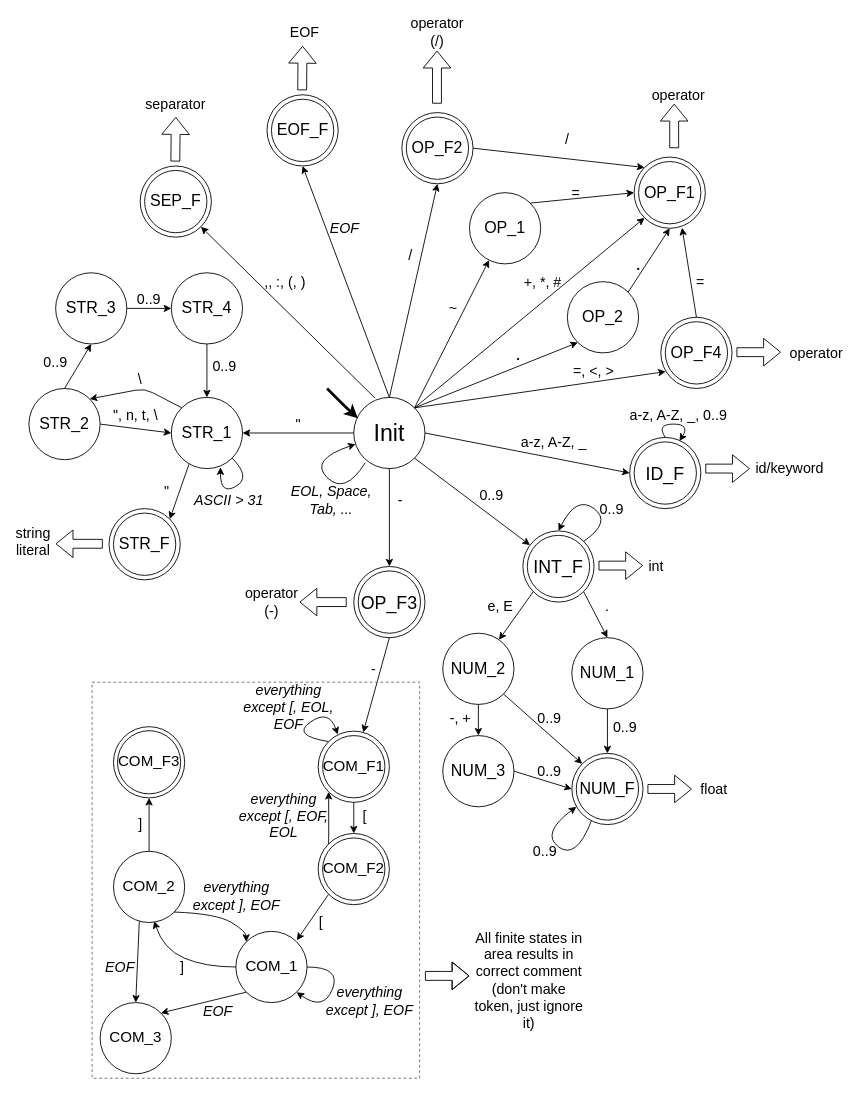
Above: fsm.drawio in vojone/IFJ21 (draw.io), before the change. Source tidied: cells renumbered, new cells numbered last; positions are measured from the earlier drawing's top-left corner, leaving out a move shared by most shapes. Both pictures are drawn from the tidied source at 89%, with x=0, y=0 at pixel (15, 23).
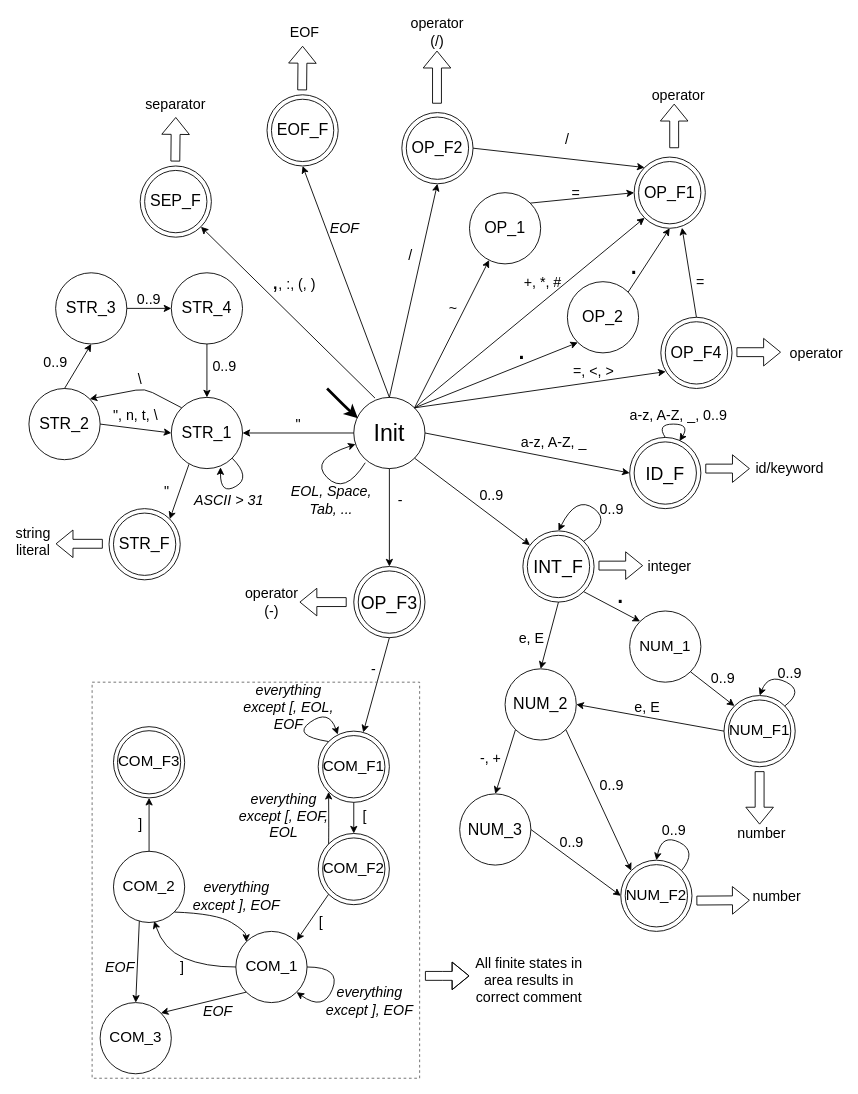
The same page after the edit.

Commit message (it also covers changes not shown here):
Fixed bugs in number recognition

Unchanged cells that the change refers to:
```xml
<mxCell id="8" value="INT_F" style="ellipse;whiteSpace=wrap;html=1;fontSize=20;strokeWidth=1;" parent="1" vertex="1">
  <mxGeometry x="570" y="570" width="80" height="80" as="geometry" />
</mxCell>
```

Change to the diagram source:
```diff
@@
-    <mxCell id="13" value="NUM_2" style="ellipse;whiteSpace=wrap;html=1;fontSize=18;" parent="1" vertex="1">
-      <mxGeometry x="480" y="685" width="80" height="80" as="geometry" />
-    </mxCell>
-    <mxCell id="14" style="endArrow=classic;html=1;fontSize=16;exitX=0;exitY=1;exitDx=0;exitDy=0;" parent="1" edge="1" source="8" target="13">
+    <mxCell id="14" style="endArrow=classic;html=1;fontSize=16;exitX=0.5;exitY=1;exitDx=0;exitDy=0;entryX=0.5;entryY=0;entryDx=0;entryDy=0;" parent="1" edge="1" source="8" target="13">
       <mxGeometry relative="1" as="geometry" />
     </mxCell>
     <mxCell id="15" value="e, E" style="text;html=1;strokeColor=none;fillColor=none;align=center;verticalAlign=middle;whiteSpace=wrap;rounded=0;fontSize=16;" parent="1" vertex="1">
-      <mxGeometry x="520" y="645" width="50" height="20" as="geometry" />
+      <mxGeometry x="555" y="680" width="50" height="20" as="geometry" />
     </mxCell>
-    <mxCell id="16" value="NUM_1" style="ellipse;whiteSpace=wrap;html=1;fontSize=18;" parent="1" vertex="1">
-      <mxGeometry x="625" y="690" width="80" height="80" as="geometry" />
-    </mxCell>
-    <mxCell id="17" style="endArrow=classic;html=1;fontSize=16;exitX=1;exitY=1;exitDx=0;exitDy=0;entryX=0.5;entryY=0;entryDx=0;entryDy=0;" parent="1" edge="1" source="8" target="16">
-      <mxGeometry relative="1" as="geometry" />
-    </mxCell>
-    <mxCell id="18" value="." style="text;html=1;strokeColor=none;fillColor=none;align=center;verticalAlign=middle;whiteSpace=wrap;rounded=0;fontSize=16;" parent="1" vertex="1">
-      <mxGeometry x="645" y="645" width="40" height="20" as="geometry" />
+    <mxCell id="18" value="." style="text;html=1;strokeColor=none;fillColor=none;align=center;verticalAlign=middle;whiteSpace=wrap;rounded=0;fontSize=34;" parent="1" vertex="1">
+      <mxGeometry x="660" y="630" width="40" height="20" as="geometry" />
     </mxCell>
-    <mxCell id="19" value="NUM_F" style="ellipse;whiteSpace=wrap;html=1;fontSize=18;strokeWidth=1;" parent="1" vertex="1">
-      <mxGeometry x="625" y="820" width="80" height="80" as="geometry" />
-    </mxCell>
-    <mxCell id="20" style="endArrow=classic;html=1;fontSize=16;exitX=0.5;exitY=1;exitDx=0;exitDy=0;entryX=0.5;entryY=0;entryDx=0;entryDy=0;" parent="1" edge="1" source="16" target="19">
-      <mxGeometry relative="1" as="geometry" />
-    </mxCell>
-    <mxCell id="21" value="0..9" style="text;html=1;strokeColor=none;fillColor=none;align=center;verticalAlign=middle;whiteSpace=wrap;rounded=0;fontSize=16;" parent="1" vertex="1">
-      <mxGeometry x="665" y="780" width="40" height="20" as="geometry" />
-    </mxCell>
-    <mxCell id="22" value="NUM_3" style="ellipse;whiteSpace=wrap;html=1;fontSize=18;" parent="1" vertex="1">
-      <mxGeometry x="480" y="800" width="80" height="80" as="geometry" />
-    </mxCell>
-    <mxCell id="23" style="endArrow=classic;html=1;fontSize=16;exitX=0.5;exitY=1;exitDx=0;exitDy=0;entryX=0.5;entryY=0;entryDx=0;entryDy=0;" parent="1" edge="1" source="13" target="22">
-      <mxGeometry relative="1" as="geometry" />
-    </mxCell>
     <mxCell id="24" value="-, +" style="text;html=1;strokeColor=none;fillColor=none;align=center;verticalAlign=middle;whiteSpace=wrap;rounded=0;fontSize=16;" parent="1" vertex="1">
-      <mxGeometry x="480" y="770" width="40" height="20" as="geometry" />
+      <mxGeometry x="514" y="815" width="40" height="20" as="geometry" />
     </mxCell>
     <mxCell id="25" value="0..9" style="text;html=1;strokeColor=none;fillColor=none;align=center;verticalAlign=middle;whiteSpace=wrap;rounded=0;fontSize=16;" parent="1" vertex="1">
-      <mxGeometry x="580" y="770" width="40" height="20" as="geometry" />
+      <mxGeometry x="605" y="910" width="40" height="20" as="geometry" />
     </mxCell>
-    <mxCell id="26" style="curved=1;endArrow=classic;html=1;fontSize=16;exitX=0.274;exitY=0.947;exitDx=0;exitDy=0;entryX=0.063;entryY=0.75;entryDx=0;entryDy=0;entryPerimeter=0;exitPerimeter=0;" parent="1" edge="1" source="19" target="19">
+    <mxCell id="26" style="curved=1;endArrow=classic;html=1;fontSize=16;exitX=1;exitY=0;exitDx=0;exitDy=0;entryX=0.5;entryY=0;entryDx=0;entryDy=0;" parent="1" edge="1" source="152" target="152">
       <mxGeometry relative="1" as="geometry">
         <Array as="points">
-          <mxPoint x="630" y="940" />
-          <mxPoint x="590" y="910" />
+          <mxPoint x="766" y="930" />
+          <mxPoint x="726" y="910" />
         </Array>
       </mxGeometry>
     </mxCell>
-    <mxCell id="27" value="0..9" style="text;html=1;strokeColor=none;fillColor=none;align=center;verticalAlign=middle;whiteSpace=wrap;rounded=0;fontSize=16;" parent="1" vertex="1">
-      <mxGeometry x="575" y="920" width="40" height="20" as="geometry" />
-    </mxCell>
-    <mxCell id="28" style="endArrow=classic;html=1;fontSize=16;exitX=1;exitY=0.5;exitDx=0;exitDy=0;entryX=0;entryY=0.5;entryDx=0;entryDy=0;" parent="1" edge="1" source="22" target="19">
-      <mxGeometry relative="1" as="geometry" />
-    </mxCell>
@@
-    <mxCell id="73" value=",, :, (, )" style="text;html=1;strokeColor=none;fillColor=none;align=center;verticalAlign=middle;whiteSpace=wrap;rounded=0;fontSize=16;" parent="1" vertex="1">
-      <mxGeometry x="272.5" y="280" width="60" height="20" as="geometry" />
+    <mxCell id="73" value="&lt;font style=&quot;font-size: 26px&quot;&gt;,&lt;/font&gt;, :, (, )" style="text;html=1;strokeColor=none;fillColor=none;align=center;verticalAlign=middle;whiteSpace=wrap;rounded=0;fontSize=16;" parent="1" vertex="1">
+      <mxGeometry x="282.5" y="280" width="60" height="20" as="geometry" />
     </mxCell>
-    <mxCell id="74" style="shape=flexArrow;endArrow=classic;html=1;fontSize=16;strokeWidth=1;" parent="1" edge="1">
-      <mxGeometry relative="1" as="geometry">
-        <mxPoint x="710" y="860" as="sourcePoint" />
-        <mxPoint x="760" y="860" as="targetPoint" />
-      </mxGeometry>
-    </mxCell>
@@
-    <mxCell id="80" value="float" style="text;html=1;strokeColor=none;fillColor=none;align=center;verticalAlign=middle;whiteSpace=wrap;rounded=0;fontSize=16;" parent="1" vertex="1">
-      <mxGeometry x="765" y="850" width="40" height="20" as="geometry" />
+    <mxCell id="80" value="number" style="text;html=1;strokeColor=none;fillColor=none;align=center;verticalAlign=middle;whiteSpace=wrap;rounded=0;fontSize=16;" parent="1" vertex="1">
+      <mxGeometry x="831" y="970" width="49" height="20" as="geometry" />
     </mxCell>
-    <mxCell id="81" value="int" style="text;html=1;strokeColor=none;fillColor=none;align=center;verticalAlign=middle;whiteSpace=wrap;rounded=0;fontSize=16;" parent="1" vertex="1">
-      <mxGeometry x="700" y="600" width="40" height="20" as="geometry" />
+    <mxCell id="81" value="integer" style="text;html=1;strokeColor=none;fillColor=none;align=center;verticalAlign=middle;whiteSpace=wrap;rounded=0;fontSize=16;" parent="1" vertex="1">
+      <mxGeometry x="715" y="600" width="40" height="20" as="geometry" />
     </mxCell>
@@
-    <mxCell id="86" style="endArrow=classic;html=1;fontSize=16;exitX=1;exitY=1;exitDx=0;exitDy=0;entryX=0;entryY=0;entryDx=0;entryDy=0;" parent="1" edge="1" source="13" target="19">
-      <mxGeometry relative="1" as="geometry" />
-    </mxCell>
     <mxCell id="87" value="0..9" style="text;html=1;strokeColor=none;fillColor=none;align=center;verticalAlign=middle;whiteSpace=wrap;rounded=0;fontSize=16;" parent="1" vertex="1">
-      <mxGeometry x="580" y="830" width="40" height="20" as="geometry" />
+      <mxGeometry x="650" y="845.5" width="40" height="20" as="geometry" />
     </mxCell>
@@
-    <mxCell id="91" value="." style="text;html=1;strokeColor=none;fillColor=none;align=center;verticalAlign=middle;whiteSpace=wrap;rounded=0;fontSize=22;" parent="1" vertex="1">
-      <mxGeometry x="690" y="260" width="20" height="20" as="geometry" />
+    <mxCell id="91" value="." style="text;html=1;strokeColor=none;fillColor=none;align=center;verticalAlign=middle;whiteSpace=wrap;rounded=0;fontSize=34;" parent="1" vertex="1">
+      <mxGeometry x="685" y="260" width="20" height="20" as="geometry" />
     </mxCell>
-    <mxCell id="92" value="." style="text;html=1;strokeColor=none;fillColor=none;align=center;verticalAlign=middle;whiteSpace=wrap;rounded=0;fontSize=21;" parent="1" vertex="1">
-      <mxGeometry x="555" y="360" width="20" height="20" as="geometry" />
+    <mxCell id="92" value="." style="text;html=1;strokeColor=none;fillColor=none;align=center;verticalAlign=middle;whiteSpace=wrap;rounded=0;fontSize=34;" parent="1" vertex="1">
+      <mxGeometry x="559" y="355" width="20" height="20" as="geometry" />
     </mxCell>
@@
-    <mxCell id="126" style="ellipse;whiteSpace=wrap;html=1;fontSize=18;strokeWidth=1;fillColor=none;perimeterSpacing=0;" parent="1" vertex="1">
-      <mxGeometry x="630" y="825" width="70" height="70" as="geometry" />
-    </mxCell>
@@
-    <mxCell id="146" value="All finite states in area results in correct comment (don't make token, just ignore it)" style="text;html=1;strokeColor=none;fillColor=none;align=center;verticalAlign=middle;whiteSpace=wrap;rounded=0;fontSize=16;" parent="1" vertex="1">
+    <mxCell id="146" value="All finite states in area results in correct comment" style="text;html=1;strokeColor=none;fillColor=none;align=center;verticalAlign=middle;whiteSpace=wrap;rounded=0;fontSize=16;" parent="1" vertex="1">
       <mxGeometry x="514" y="1030" width="126" height="90" as="geometry" />
     </mxCell>
@@
+    <mxCell id="13" value="NUM_2" style="ellipse;whiteSpace=wrap;html=1;fontSize=18;" parent="1" vertex="1">
+      <mxGeometry x="550" y="725" width="80" height="80" as="geometry" />
+    </mxCell>
+    <mxCell id="152" value="NUM_F2" style="ellipse;whiteSpace=wrap;html=1;fontSize=17;" parent="1" vertex="1">
+      <mxGeometry x="680" y="940" width="80" height="80" as="geometry" />
+    </mxCell>
+    <mxCell id="16" value="NUM_1" style="ellipse;whiteSpace=wrap;html=1;fontSize=17;" parent="1" vertex="1">
+      <mxGeometry x="690" y="660" width="80" height="80" as="geometry" />
+    </mxCell>
+    <mxCell id="17" style="endArrow=classic;html=1;fontSize=16;exitX=1;exitY=1;exitDx=0;exitDy=0;entryX=0;entryY=0;entryDx=0;entryDy=0;" parent="1" edge="1" source="8" target="16">
+      <mxGeometry relative="1" as="geometry" />
+    </mxCell>
+    <mxCell id="153" value="e, E" style="text;html=1;strokeColor=none;fillColor=none;align=center;verticalAlign=middle;whiteSpace=wrap;rounded=0;fontSize=16;" parent="1" vertex="1">
+      <mxGeometry x="685" y="757.5" width="50" height="20" as="geometry" />
+    </mxCell>
+    <mxCell id="22" value="NUM_3" style="ellipse;whiteSpace=wrap;html=1;fontSize=18;" parent="1" vertex="1">
+      <mxGeometry x="499" y="865.5" width="80" height="80" as="geometry" />
+    </mxCell>
+    <mxCell id="23" style="endArrow=classic;html=1;fontSize=16;exitX=0;exitY=1;exitDx=0;exitDy=0;entryX=0.5;entryY=0;entryDx=0;entryDy=0;" parent="1" edge="1" source="13" target="22">
+      <mxGeometry relative="1" as="geometry" />
+    </mxCell>
+    <mxCell id="154" style="endArrow=classic;html=1;fontSize=16;exitX=1;exitY=1;exitDx=0;exitDy=0;entryX=0;entryY=0;entryDx=0;entryDy=0;" parent="1" edge="1" source="13" target="152">
+      <mxGeometry relative="1" as="geometry" />
+    </mxCell>
+    <mxCell id="155" style="endArrow=classic;html=1;fontSize=16;exitX=1;exitY=0.5;exitDx=0;exitDy=0;entryX=0;entryY=0.5;entryDx=0;entryDy=0;" parent="1" edge="1" source="22" target="152">
+      <mxGeometry relative="1" as="geometry" />
+    </mxCell>
+    <mxCell id="156" value="0..9" style="text;html=1;strokeColor=none;fillColor=none;align=center;verticalAlign=middle;whiteSpace=wrap;rounded=0;fontSize=16;" parent="1" vertex="1">
+      <mxGeometry x="720" y="895.5" width="40" height="20" as="geometry" />
+    </mxCell>
+    <mxCell id="157" style="ellipse;whiteSpace=wrap;html=1;fontSize=18;strokeWidth=1;fillColor=none;perimeterSpacing=0;" parent="1" vertex="1">
+      <mxGeometry x="685" y="945" width="70" height="70" as="geometry" />
+    </mxCell>
+    <mxCell id="158" style="shape=flexArrow;endArrow=classic;html=1;fontSize=16;strokeWidth=1;" parent="1" edge="1">
+      <mxGeometry relative="1" as="geometry">
+        <mxPoint x="836" y="840" as="sourcePoint" />
+        <mxPoint x="836" y="900" as="targetPoint" />
+      </mxGeometry>
+    </mxCell>
+    <mxCell id="159" style="shape=flexArrow;endArrow=classic;html=1;fontSize=16;strokeWidth=1;" parent="1" edge="1">
+      <mxGeometry relative="1" as="geometry">
+        <mxPoint x="765" y="985.4" as="sourcePoint" />
+        <mxPoint x="825" y="985" as="targetPoint" />
+      </mxGeometry>
+    </mxCell>
+    <mxCell id="160" value="NUM_F1" style="ellipse;whiteSpace=wrap;html=1;fontSize=17;" parent="1" vertex="1">
+      <mxGeometry x="796" y="755" width="80" height="80" as="geometry" />
+    </mxCell>
+    <mxCell id="161" style="curved=1;endArrow=classic;html=1;fontSize=16;exitX=1;exitY=0;exitDx=0;exitDy=0;entryX=0.5;entryY=0;entryDx=0;entryDy=0;" parent="1" edge="1" source="160" target="160">
+      <mxGeometry relative="1" as="geometry">
+        <Array as="points">
+          <mxPoint x="886" y="750" />
+          <mxPoint x="846" y="730" />
+        </Array>
+      </mxGeometry>
+    </mxCell>
+    <mxCell id="162" style="endArrow=classic;html=1;fontSize=16;exitX=1;exitY=1;exitDx=0;exitDy=0;entryX=0;entryY=0;entryDx=0;entryDy=0;" parent="1" edge="1" source="16" target="160">
+      <mxGeometry relative="1" as="geometry" />
+    </mxCell>
+    <mxCell id="163" style="endArrow=classic;html=1;fontSize=16;exitX=0;exitY=0.5;exitDx=0;exitDy=0;entryX=1;entryY=0.5;entryDx=0;entryDy=0;" parent="1" edge="1" source="160" target="13">
+      <mxGeometry relative="1" as="geometry" />
+    </mxCell>
+    <mxCell id="164" value="number" style="text;html=1;strokeColor=none;fillColor=none;align=center;verticalAlign=middle;whiteSpace=wrap;rounded=0;fontSize=16;" parent="1" vertex="1">
+      <mxGeometry x="814" y="900" width="49" height="20" as="geometry" />
+    </mxCell>
+    <mxCell id="165" value="0..9" style="text;html=1;strokeColor=none;fillColor=none;align=center;verticalAlign=middle;whiteSpace=wrap;rounded=0;fontSize=16;" parent="1" vertex="1">
+      <mxGeometry x="775" y="725" width="40" height="20" as="geometry" />
+    </mxCell>
+    <mxCell id="166" value="0..9" style="text;html=1;strokeColor=none;fillColor=none;align=center;verticalAlign=middle;whiteSpace=wrap;rounded=0;fontSize=16;" parent="1" vertex="1">
+      <mxGeometry x="850" y="720" width="40" height="20" as="geometry" />
+    </mxCell>
+    <mxCell id="167" style="ellipse;whiteSpace=wrap;html=1;fontSize=18;strokeWidth=1;fillColor=none;perimeterSpacing=0;" parent="1" vertex="1">
+      <mxGeometry x="801" y="760" width="70" height="70" as="geometry" />
+    </mxCell>
```
